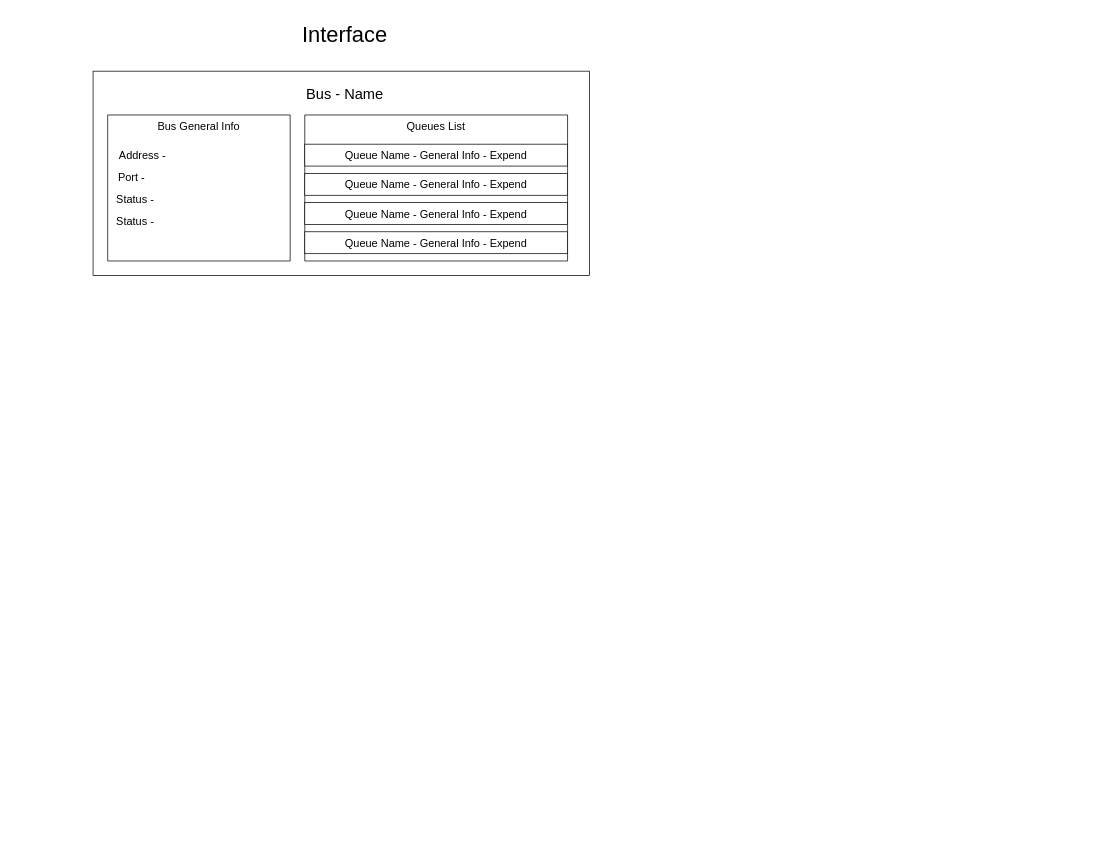
This is Documents/Drawio Diagrams/Interface.drawio from NGDeveloper125/MessageBus, a draw.io file, before an edit. Source tidied: cells renumbered, new cells numbered last; positions are measured from the earlier drawing's top-left corner, leaving out a move shared by most shapes. Both pictures are drawn from the tidied source at 73%, with x=0, y=0 at pixel (93, 12).
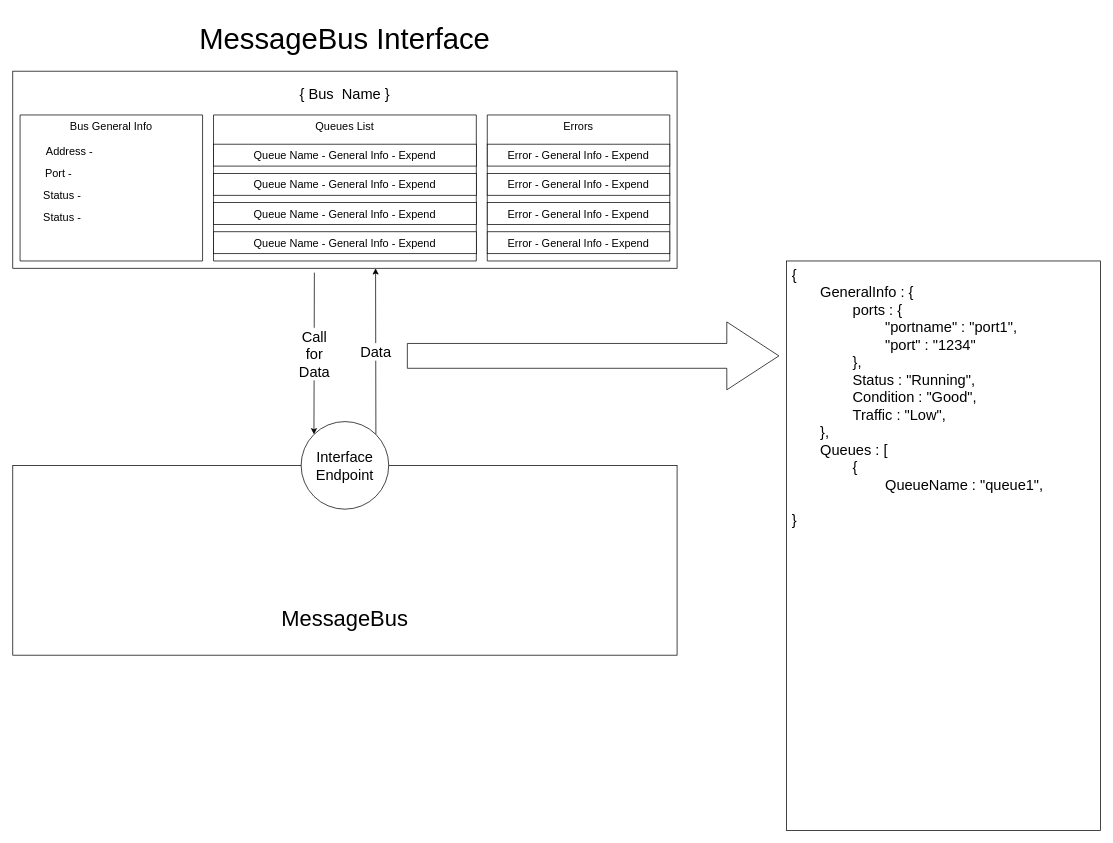
Above is the later version.

What changed in the source:
```diff
@@
-    <mxCell id="2" value="Interface" style="text;html=1;strokeColor=none;fillColor=none;align=center;verticalAlign=middle;whiteSpace=wrap;rounded=0;fontSize=30;" parent="1" vertex="1">
-      <mxGeometry x="255" width="180" height="60" as="geometry" />
+    <mxCell id="2" value="MessageBus Interface" style="text;html=1;strokeColor=none;fillColor=none;align=center;verticalAlign=middle;whiteSpace=wrap;rounded=0;fontSize=40;" parent="1" vertex="1">
+      <mxGeometry x="109" width="472" height="70" as="geometry" />
     </mxCell>
     <mxCell id="3" style="rounded=0;whiteSpace=wrap;html=1;fontSize=30;" parent="1" vertex="1">
-      <mxGeometry y="80" width="680" height="280" as="geometry" />
+      <mxGeometry x="-110" y="80" width="910" height="270" as="geometry" />
     </mxCell>
-    <mxCell id="4" value="Bus - Name" style="text;html=1;strokeColor=none;fillColor=none;align=center;verticalAlign=middle;whiteSpace=wrap;rounded=0;fontSize=20;" parent="1" vertex="1">
+    <mxCell id="4" value="{ Bus&amp;nbsp; Name }" style="text;html=1;strokeColor=none;fillColor=none;align=center;verticalAlign=middle;whiteSpace=wrap;rounded=0;fontSize=20;" parent="1" vertex="1">
       <mxGeometry x="280" y="90" width="130" height="40" as="geometry" />
     </mxCell>
     <mxCell id="5" style="swimlane;startSize=0;fontSize=15;" parent="1" vertex="1">
-      <mxGeometry x="20" y="140" width="250" height="200" as="geometry" />
+      <mxGeometry x="-100" y="140" width="250" height="200" as="geometry" />
     </mxCell>
@@
+    <mxCell id="13" value="Address -&amp;nbsp;" style="text;html=1;strokeColor=none;fillColor=none;align=center;verticalAlign=middle;whiteSpace=wrap;rounded=0;fontSize=15;" parent="5" vertex="1">
+      <mxGeometry x="20" y="35" width="100" height="30" as="geometry" />
+    </mxCell>
+    <mxCell id="15" value="Status -&amp;nbsp;" style="text;html=1;strokeColor=none;fillColor=none;align=center;verticalAlign=middle;whiteSpace=wrap;rounded=0;fontSize=15;" parent="5" vertex="1">
+      <mxGeometry x="20" y="95" width="80" height="30" as="geometry" />
+    </mxCell>
+    <mxCell id="14" value="Port -&amp;nbsp;" style="text;html=1;strokeColor=none;fillColor=none;align=center;verticalAlign=middle;whiteSpace=wrap;rounded=0;fontSize=15;" parent="5" vertex="1">
+      <mxGeometry x="20" y="65" width="70" height="30" as="geometry" />
+    </mxCell>
+    <mxCell id="16" value="Status -&amp;nbsp;" style="text;html=1;strokeColor=none;fillColor=none;align=center;verticalAlign=middle;whiteSpace=wrap;rounded=0;fontSize=15;" parent="5" vertex="1">
+      <mxGeometry x="20" y="125" width="80" height="30" as="geometry" />
+    </mxCell>
+    <mxCell id="17" value="Call&lt;br&gt;for&lt;br&gt;Data" style="edgeStyle=none;html=1;entryX=0;entryY=0;entryDx=0;entryDy=0;fontSize=20;exitX=0.454;exitY=1.022;exitDx=0;exitDy=0;exitPerimeter=0;" parent="1" edge="1" source="3" target="27">
+      <mxGeometry relative="1" as="geometry" />
+    </mxCell>
     <mxCell id="7" style="swimlane;startSize=0;fontSize=15;" parent="1" vertex="1">
-      <mxGeometry x="290" y="140" width="360" height="200" as="geometry" />
+      <mxGeometry x="165" y="140" width="360" height="200" as="geometry" />
     </mxCell>
@@
-    <mxCell id="10" value="Queue Name - General Info - Expend" style="rounded=0;whiteSpace=wrap;html=1;fontSize=15;" parent="1" vertex="1">
-      <mxGeometry x="290" y="220" width="360" height="30" as="geometry" />
+    <mxCell id="10" value="Queue Name - General Info - Expend" style="rounded=0;whiteSpace=wrap;html=1;fontSize=15;" parent="7" vertex="1">
+      <mxGeometry y="80" width="360" height="30" as="geometry" />
     </mxCell>
-    <mxCell id="11" value="Queue Name - General Info - Expend" style="rounded=0;whiteSpace=wrap;html=1;fontSize=15;" parent="1" vertex="1">
-      <mxGeometry x="290" y="260" width="360" height="30" as="geometry" />
+    <mxCell id="11" value="Queue Name - General Info - Expend" style="rounded=0;whiteSpace=wrap;html=1;fontSize=15;" parent="7" vertex="1">
+      <mxGeometry y="120" width="360" height="30" as="geometry" />
     </mxCell>
-    <mxCell id="12" value="Queue Name - General Info - Expend" style="rounded=0;whiteSpace=wrap;html=1;fontSize=15;" parent="1" vertex="1">
-      <mxGeometry x="290" y="300" width="360" height="30" as="geometry" />
+    <mxCell id="12" value="Queue Name - General Info - Expend" style="rounded=0;whiteSpace=wrap;html=1;fontSize=15;" parent="7" vertex="1">
+      <mxGeometry y="160" width="360" height="30" as="geometry" />
     </mxCell>
-    <mxCell id="13" value="Address -&amp;nbsp;" style="text;html=1;strokeColor=none;fillColor=none;align=center;verticalAlign=middle;whiteSpace=wrap;rounded=0;fontSize=15;" parent="1" vertex="1">
-      <mxGeometry x="20" y="180" width="100" height="30" as="geometry" />
-    </mxCell>
-    <mxCell id="14" value="Port -&amp;nbsp;" style="text;html=1;strokeColor=none;fillColor=none;align=center;verticalAlign=middle;whiteSpace=wrap;rounded=0;fontSize=15;" parent="1" vertex="1">
-      <mxGeometry x="20" y="210" width="70" height="30" as="geometry" />
-    </mxCell>
-    <mxCell id="15" value="Status -&amp;nbsp;" style="text;html=1;strokeColor=none;fillColor=none;align=center;verticalAlign=middle;whiteSpace=wrap;rounded=0;fontSize=15;" parent="1" vertex="1">
-      <mxGeometry x="20" y="240" width="80" height="30" as="geometry" />
-    </mxCell>
-    <mxCell id="16" value="Status -&amp;nbsp;" style="text;html=1;strokeColor=none;fillColor=none;align=center;verticalAlign=middle;whiteSpace=wrap;rounded=0;fontSize=15;" parent="1" vertex="1">
-      <mxGeometry x="20" y="270" width="80" height="30" as="geometry" />
-    </mxCell>
+    <mxCell id="18" style="swimlane;startSize=0;fontSize=15;" parent="1" vertex="1">
+      <mxGeometry x="540" y="140" width="250" height="200" as="geometry" />
+    </mxCell>
+    <mxCell id="19" value="Errors" style="text;html=1;strokeColor=none;fillColor=none;align=center;verticalAlign=middle;whiteSpace=wrap;rounded=0;fontSize=15;" parent="18" vertex="1">
+      <mxGeometry x="45" width="160" height="30" as="geometry" />
+    </mxCell>
+    <mxCell id="20" value="Error - General Info - Expend" style="rounded=0;whiteSpace=wrap;html=1;fontSize=15;" parent="18" vertex="1">
+      <mxGeometry y="80" width="250" height="30" as="geometry" />
+    </mxCell>
+    <mxCell id="21" value="Error - General Info - Expend" style="rounded=0;whiteSpace=wrap;html=1;fontSize=15;" parent="1" vertex="1">
+      <mxGeometry x="540" y="180" width="250" height="30" as="geometry" />
+    </mxCell>
+    <mxCell id="22" value="Error - General Info - Expend" style="rounded=0;whiteSpace=wrap;html=1;fontSize=15;" parent="1" vertex="1">
+      <mxGeometry x="540" y="260" width="250" height="30" as="geometry" />
+    </mxCell>
+    <mxCell id="23" value="Error - General Info - Expend" style="rounded=0;whiteSpace=wrap;html=1;fontSize=15;" parent="1" vertex="1">
+      <mxGeometry x="540" y="300" width="250" height="30" as="geometry" />
+    </mxCell>
+    <mxCell id="24" style="rounded=0;whiteSpace=wrap;html=1;" parent="1" vertex="1">
+      <mxGeometry x="-110" y="620" width="910" height="260" as="geometry" />
+    </mxCell>
+    <mxCell id="25" value="MessageBus" style="text;html=1;strokeColor=none;fillColor=none;align=center;verticalAlign=middle;whiteSpace=wrap;rounded=0;fontSize=30;" parent="1" vertex="1">
+      <mxGeometry x="205" y="779" width="280" height="100" as="geometry" />
+    </mxCell>
+    <mxCell id="26" value="Data" style="edgeStyle=none;html=1;fontSize=20;exitX=1;exitY=0;exitDx=0;exitDy=0;" parent="1" edge="1" source="27">
+      <mxGeometry relative="1" as="geometry">
+        <mxPoint x="387" y="350" as="targetPoint" />
+      </mxGeometry>
+    </mxCell>
+    <mxCell id="27" value="Interface&lt;br style=&quot;font-size: 20px;&quot;&gt;Endpoint" style="ellipse;whiteSpace=wrap;html=1;fontSize=20;" parent="1" vertex="1">
+      <mxGeometry x="285" y="560" width="120" height="120" as="geometry" />
+    </mxCell>
+    <mxCell id="28" value="&amp;nbsp;{&lt;br&gt;&lt;span style=&quot;white-space: pre;&quot;&gt;&#9;&lt;/span&gt;GeneralInfo :&amp;nbsp;{&lt;br&gt;&lt;span style=&quot;white-space: pre;&quot;&gt;&#9;&lt;/span&gt;&lt;span style=&quot;white-space: pre;&quot;&gt;&#9;&lt;/span&gt;ports : {&lt;br&gt;&lt;span style=&quot;white-space: pre;&quot;&gt;&#9;&lt;/span&gt;&lt;span style=&quot;white-space: pre;&quot;&gt;&#9;&lt;/span&gt;&lt;span style=&quot;white-space: pre;&quot;&gt;&#9;&lt;/span&gt;&quot;portname&quot; : &quot;port1&quot;,&lt;br&gt;&lt;span style=&quot;white-space: pre;&quot;&gt;&#9;&lt;/span&gt;&lt;span style=&quot;white-space: pre;&quot;&gt;&#9;&lt;/span&gt;&lt;span style=&quot;white-space: pre;&quot;&gt;&#9;&lt;/span&gt;&quot;port&quot; : &quot;1234&quot;&lt;br&gt;&lt;span style=&quot;white-space: pre;&quot;&gt;&#9;&lt;/span&gt;&lt;span style=&quot;white-space: pre;&quot;&gt;&#9;&lt;/span&gt;},&lt;br&gt;&lt;span style=&quot;white-space: pre;&quot;&gt;&#9;&lt;/span&gt;&lt;span style=&quot;white-space: pre;&quot;&gt;&#9;&lt;/span&gt;Status : &quot;Running&quot;,&lt;br&gt;&lt;span style=&quot;white-space: pre;&quot;&gt;&#9;&lt;/span&gt;&lt;span style=&quot;white-space: pre;&quot;&gt;&#9;&lt;/span&gt;Condition : &quot;Good&quot;,&lt;br&gt;&lt;span style=&quot;white-space: pre;&quot;&gt;&#9;&lt;/span&gt;&lt;span style=&quot;white-space: pre;&quot;&gt;&#9;&lt;/span&gt;Traffic : &quot;Low&quot;,&lt;br&gt;&lt;span style=&quot;white-space: pre;&quot;&gt;&#9;&lt;/span&gt;},&lt;br&gt;&lt;span style=&quot;white-space: pre;&quot;&gt;&#9;&lt;/span&gt;Queues : [&lt;br&gt;&lt;span style=&quot;white-space: pre;&quot;&gt;&#9;&lt;/span&gt;&lt;span style=&quot;white-space: pre;&quot;&gt;&#9;&lt;/span&gt;{&lt;br&gt;&lt;span style=&quot;white-space: pre;&quot;&gt;&#9;&lt;/span&gt;&lt;span style=&quot;white-space: pre;&quot;&gt;&#9;&lt;/span&gt;&lt;span style=&quot;white-space: pre;&quot;&gt;&#9;&lt;/span&gt;QueueName : &quot;queue1&quot;,&lt;br&gt;&lt;span style=&quot;white-space: pre;&quot;&gt;&#9;&lt;/span&gt;&lt;span style=&quot;white-space: pre;&quot;&gt;&#9;&lt;/span&gt;&lt;span style=&quot;white-space: pre;&quot;&gt;&#9;&lt;/span&gt;&lt;br&gt;&amp;nbsp;}&lt;br&gt;&lt;div style=&quot;&quot;&gt;&lt;/div&gt;" style="rounded=0;whiteSpace=wrap;html=1;fontSize=20;align=left;verticalAlign=top;" parent="1" vertex="1">
+      <mxGeometry x="950" y="340" width="430" height="780" as="geometry" />
+    </mxCell>
+    <mxCell id="29" style="shape=flexArrow;endArrow=classic;html=1;fontSize=40;width=34;endSize=23.46;endWidth=58;" parent="1" edge="1">
+      <mxGeometry relative="1" as="geometry">
+        <mxPoint x="430" y="470" as="sourcePoint" />
+        <mxPoint x="940" y="470" as="targetPoint" />
+      </mxGeometry>
+    </mxCell>
```
